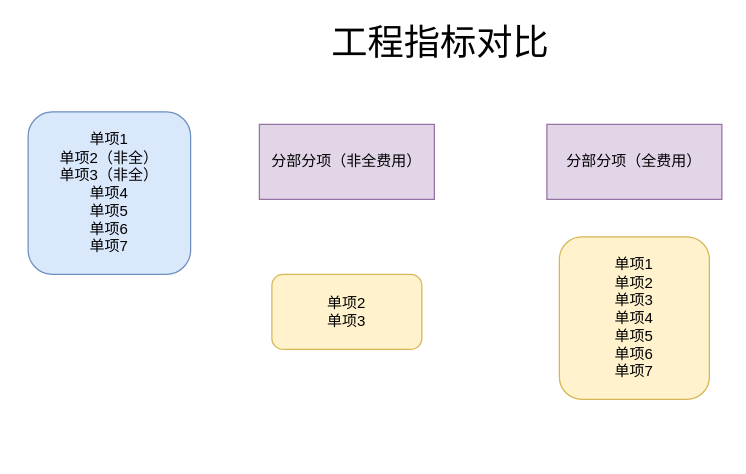
Above: draw.io/指标门户支持全费用查看.drawio in KeatonLi/pictures (draw.io), before the change. Source tidied: cells renumbered, new cells numbered last; positions are measured from the earlier drawing's top-left corner, leaving out a move shared by most shapes. Both pictures are drawn from the tidied source at 125%, with x=0, y=0 at pixel (28, 24).
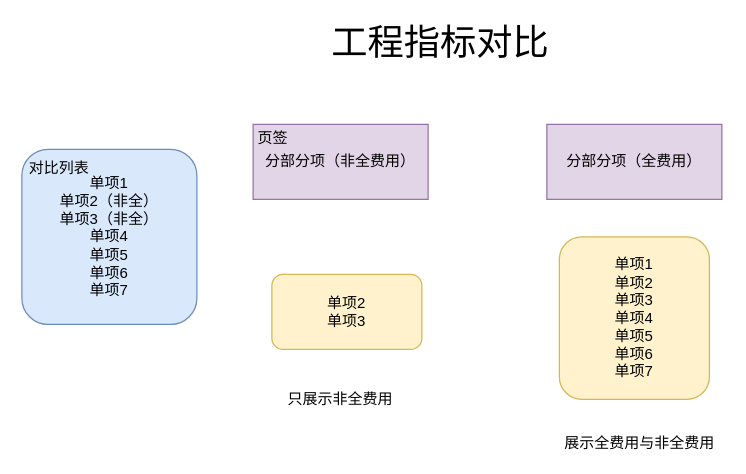
Above is the later version.

Commit message (it also covers changes not shown here):
更新指标门户支持全费用查看.drawio

The edit, as a diff of the source:
```diff
@@
 <mxGraphModel>
   <root>
     <mxCell id="0" />
     <mxCell id="1" parent="0" />
     <mxCell id="2" value="单项1&lt;br&gt;单项2（非全）&lt;br&gt;单项3（非全）&lt;br&gt;单项4&lt;br&gt;单项5&lt;br&gt;单项6&lt;br&gt;单项7" style="rounded=1;whiteSpace=wrap;html=1;fillColor=#dae8fc;strokeColor=#6c8ebf;" parent="1" vertex="1">
-      <mxGeometry y="70" width="130" height="130" as="geometry" />
+      <mxGeometry x="-5" y="100" width="140" height="140" as="geometry" />
     </mxCell>
     <mxCell id="3" value="&lt;font style=&quot;font-size: 29px;&quot;&gt;工程指标对比&lt;/font&gt;" style="text;html=1;strokeColor=none;fillColor=none;align=center;verticalAlign=middle;whiteSpace=wrap;rounded=0;" parent="1" vertex="1">
       <mxGeometry x="235" width="190" height="30" as="geometry" />
     </mxCell>
     <mxCell id="4" value="分部分项（非全费用）" style="rounded=0;whiteSpace=wrap;html=1;fillColor=#e1d5e7;strokeColor=#9673a6;" parent="1" vertex="1">
-      <mxGeometry x="185" y="80" width="140" height="60" as="geometry" />
+      <mxGeometry x="180" y="80" width="140" height="60" as="geometry" />
     </mxCell>
     <mxCell id="5" value="分部分项（全费用）" style="rounded=0;whiteSpace=wrap;html=1;fillColor=#e1d5e7;strokeColor=#9673a6;" parent="1" vertex="1">
       <mxGeometry x="415" y="80" width="140" height="60" as="geometry" />
     </mxCell>
     <mxCell id="6" value="单项2&lt;br&gt;单项3" style="rounded=1;whiteSpace=wrap;html=1;fillColor=#fff2cc;strokeColor=#d6b656;" parent="1" vertex="1">
       <mxGeometry x="195" y="200" width="120" height="60" as="geometry" />
     </mxCell>
     <mxCell id="7" value="单项1&lt;br style=&quot;border-color: var(--border-color);&quot;&gt;单项2&lt;br style=&quot;border-color: var(--border-color);&quot;&gt;单项3&lt;br style=&quot;border-color: var(--border-color);&quot;&gt;单项4&lt;br style=&quot;border-color: var(--border-color);&quot;&gt;单项5&lt;br style=&quot;border-color: var(--border-color);&quot;&gt;单项6&lt;br style=&quot;border-color: var(--border-color);&quot;&gt;单项7" style="rounded=1;whiteSpace=wrap;html=1;fillColor=#fff2cc;strokeColor=#d6b656;" parent="1" vertex="1">
       <mxGeometry x="425" y="170" width="120" height="130" as="geometry" />
     </mxCell>
+    <mxCell id="8" value="只展示非全费用" style="text;html=1;strokeColor=none;fillColor=none;align=center;verticalAlign=middle;whiteSpace=wrap;rounded=0;" parent="1" vertex="1">
+      <mxGeometry x="195" y="290" width="110" height="20" as="geometry" />
+    </mxCell>
+    <mxCell id="9" value="展示全费用与非全费用" style="text;html=1;strokeColor=none;fillColor=none;align=center;verticalAlign=middle;whiteSpace=wrap;rounded=0;" parent="1" vertex="1">
+      <mxGeometry x="422" y="330" width="135" height="10" as="geometry" />
+    </mxCell>
+    <mxCell id="10" value="对比列表" style="text;html=1;strokeColor=none;fillColor=none;align=center;verticalAlign=middle;whiteSpace=wrap;rounded=0;" parent="1" vertex="1">
+      <mxGeometry x="-5" y="100" width="60" height="30" as="geometry" />
+    </mxCell>
+    <mxCell id="11" value="页签" style="text;html=1;strokeColor=none;fillColor=none;align=center;verticalAlign=middle;whiteSpace=wrap;rounded=0;" parent="1" vertex="1">
+      <mxGeometry x="166" y="76" width="60" height="30" as="geometry" />
+    </mxCell>
   </root>
 </mxGraphModel>
```
